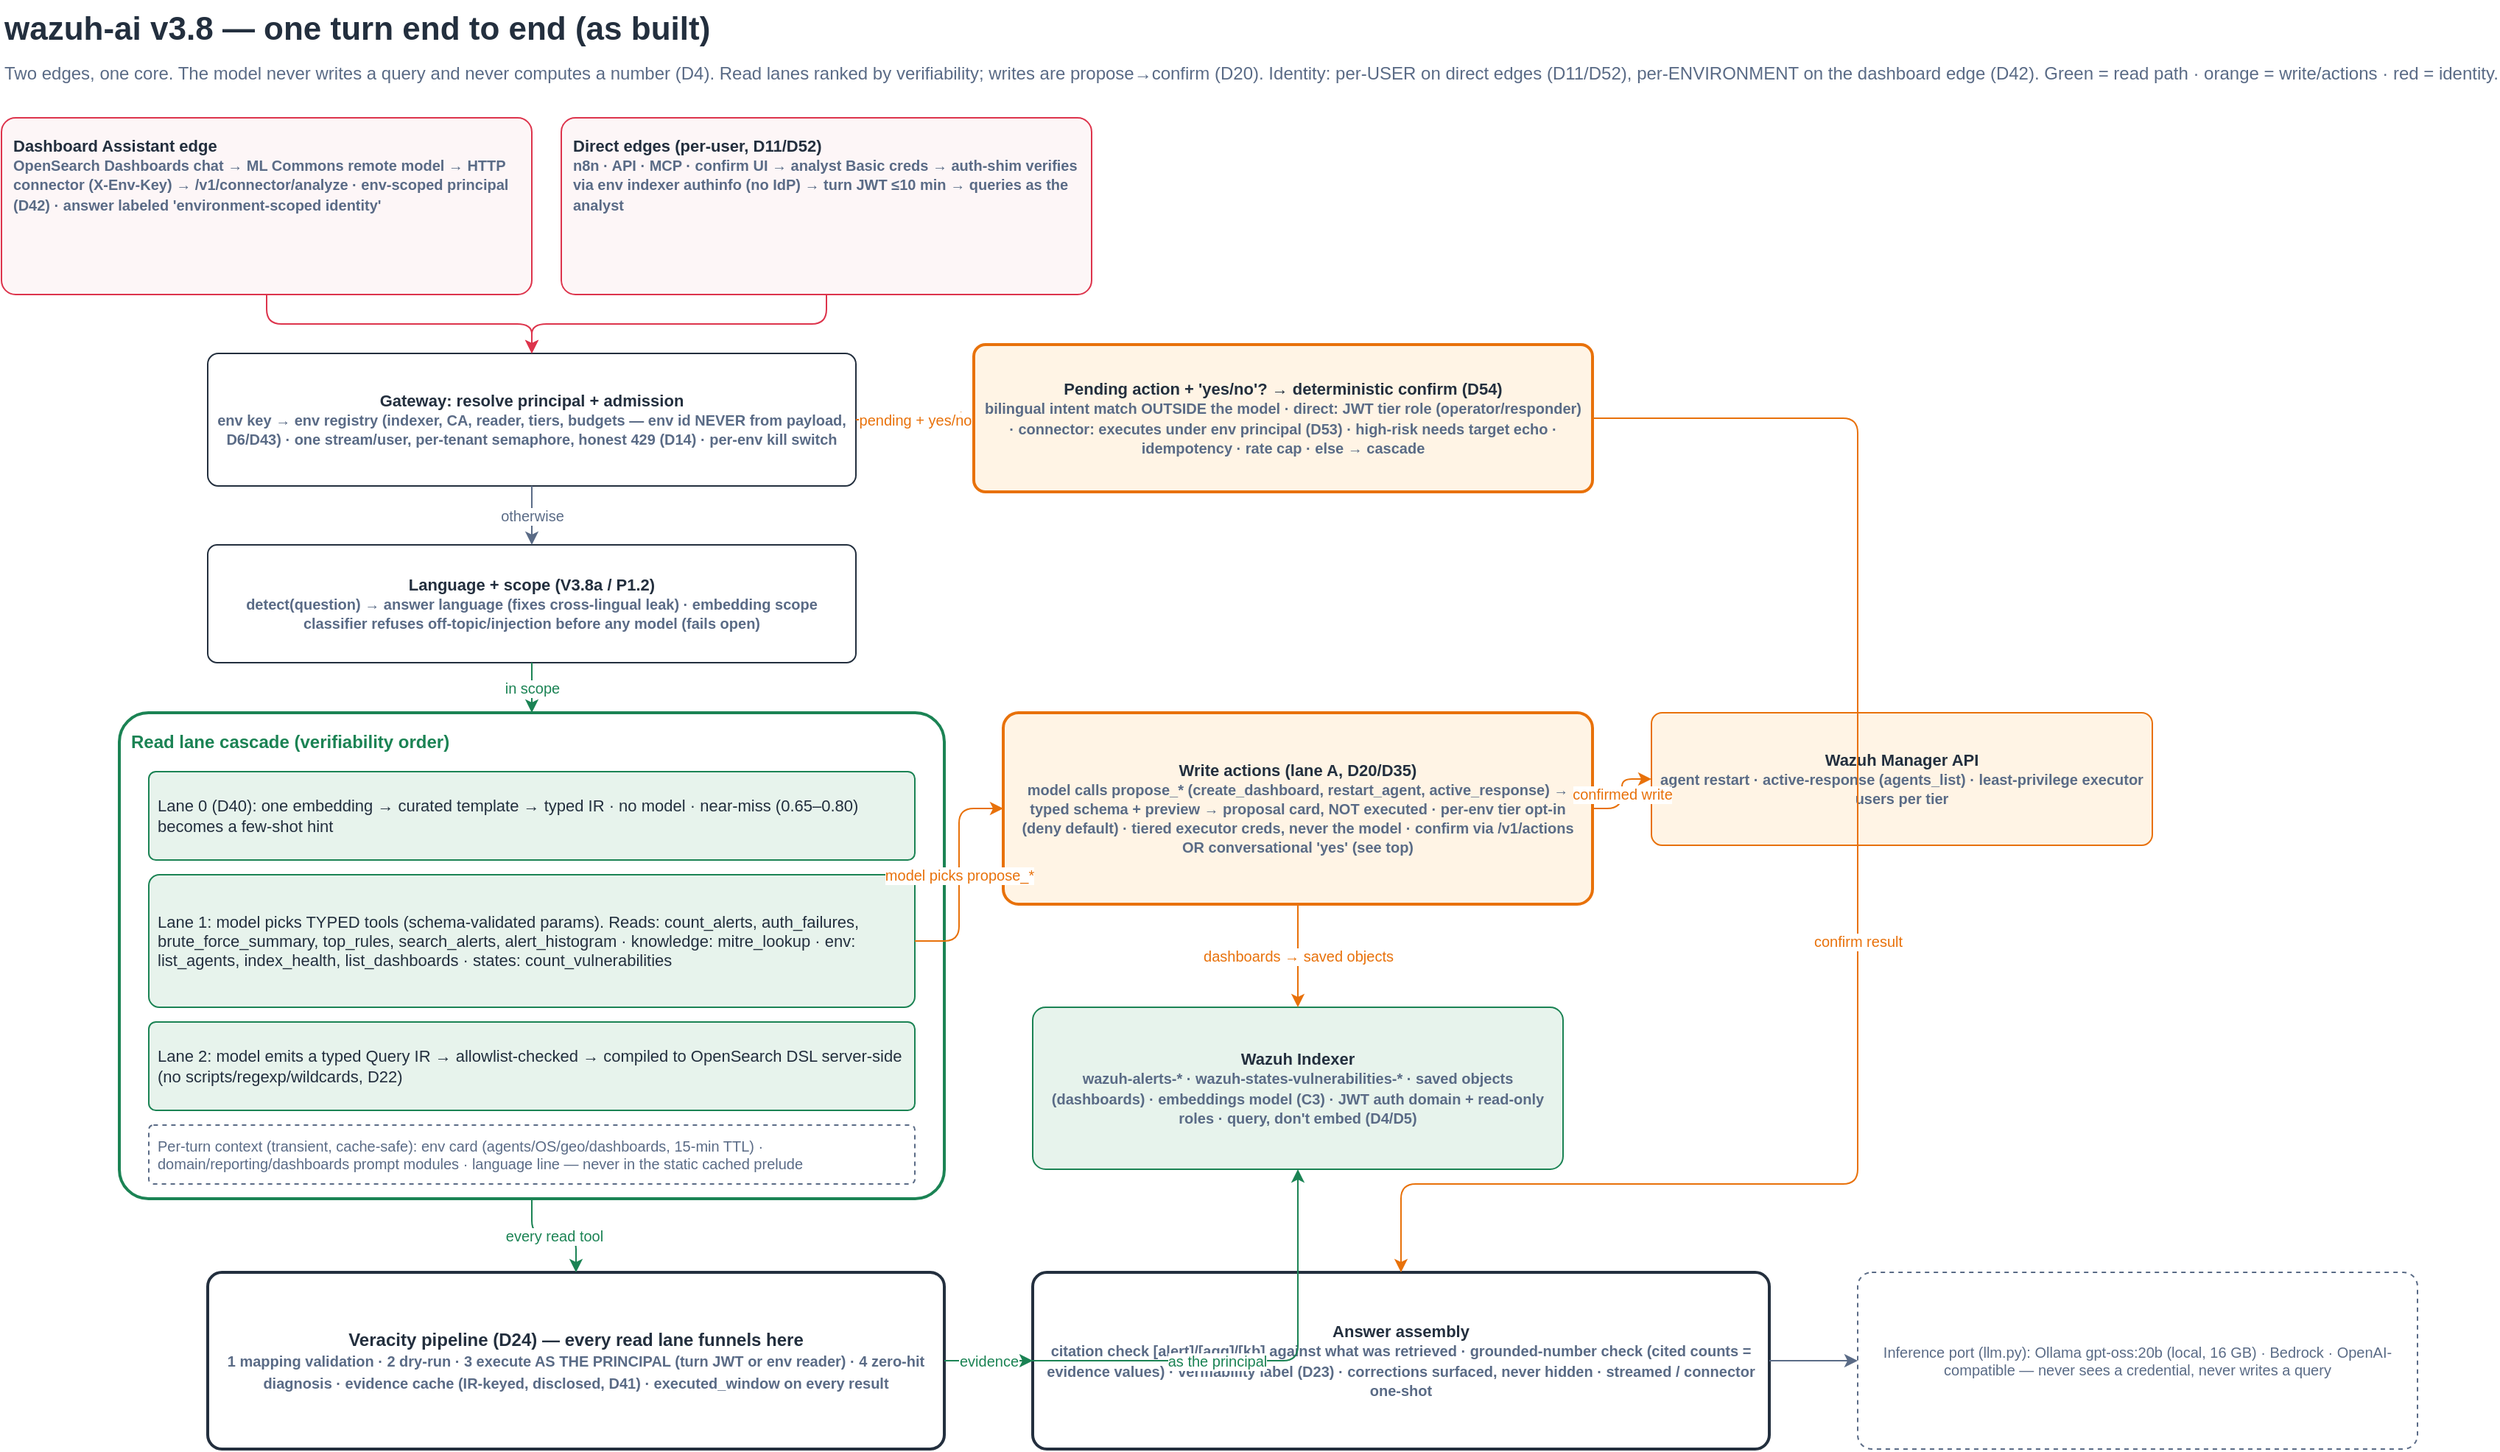
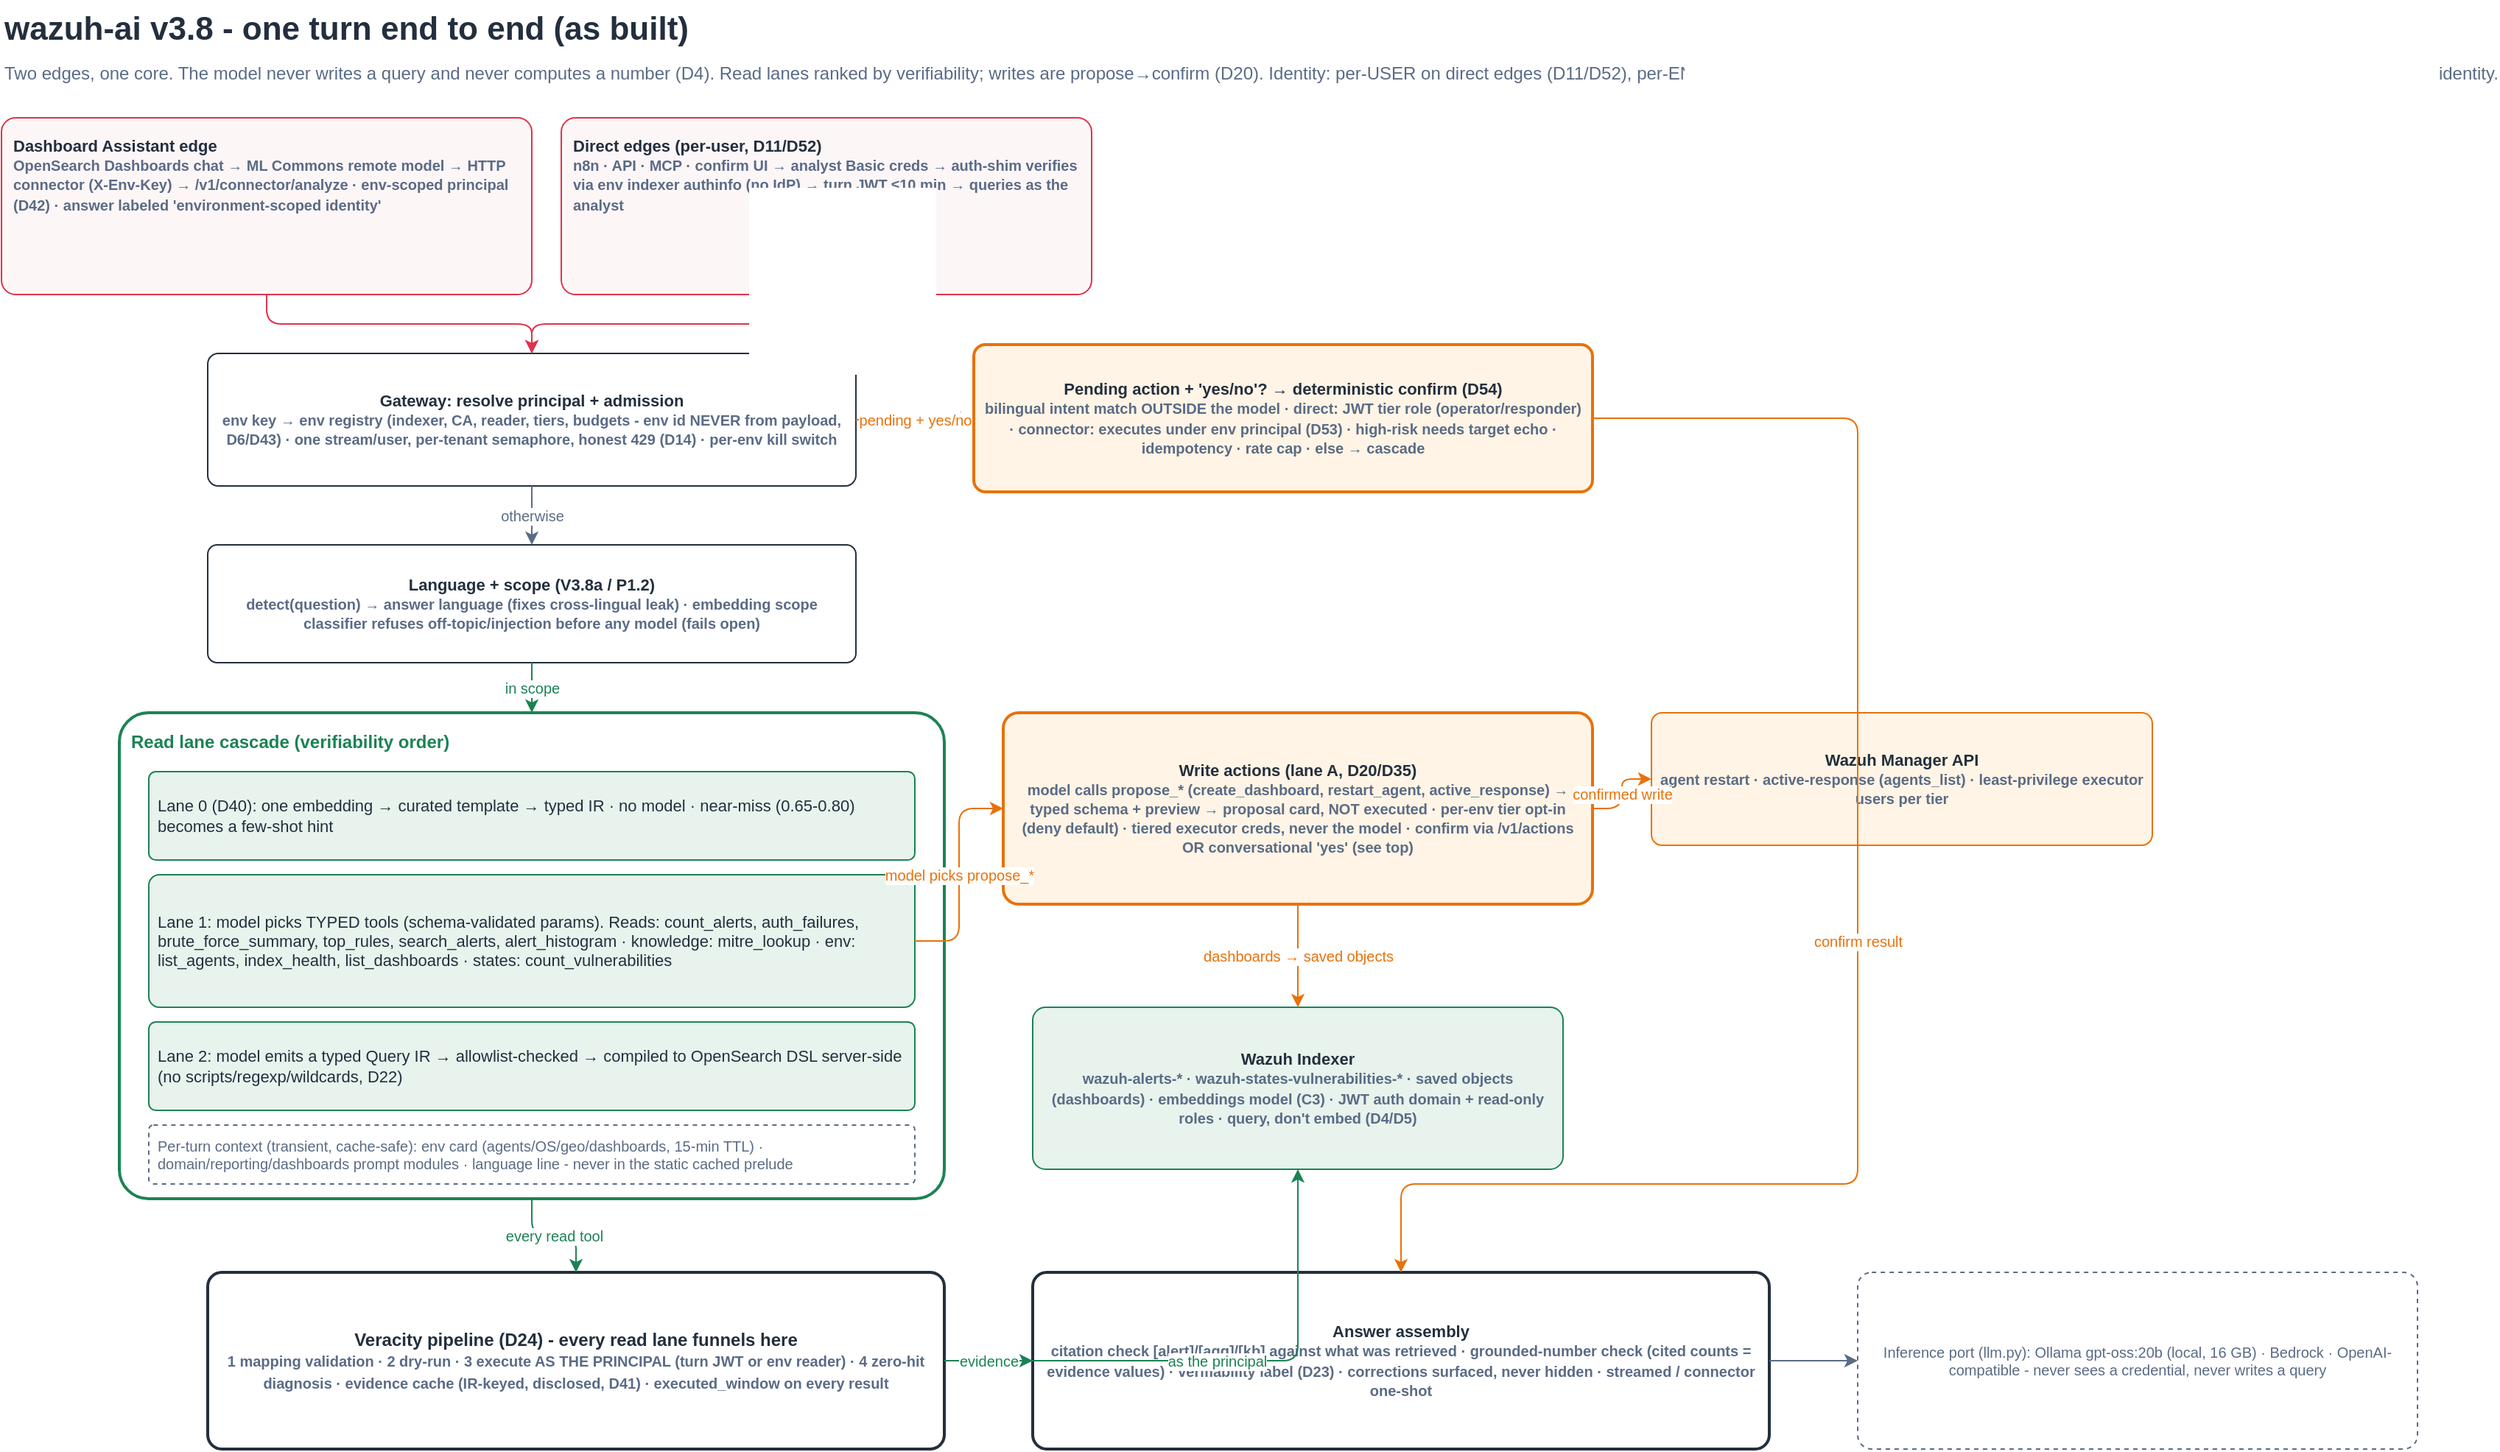
<mxfile host="app.diagrams.net" type="device" version="24.7.17">
  <diagram id="wf" name="v3.8 turn workflow (as built)">
    <mxGraphModel dx="1400" dy="820" grid="0" gridSize="10" guides="1" tooltips="1" connect="1" arrows="1" fold="1" page="1" pageScale="1" pageWidth="1720" pageHeight="1120" math="0" shadow="0">
      <root>
        <mxCell id="0"/>
        <mxCell id="1" parent="0"/>
-         <mxCell id="t" value="wazuh-ai v3.8 — one turn end to end (as built)" style="text;html=1;fontSize=22;fontStyle=1;fontColor=#232F3E;align=left;" vertex="1" parent="1"><mxGeometry x="40" y="16" width="1500" height="32" as="geometry"/></mxCell>
+         <mxCell id="t" value="wazuh-ai v3.8 - one turn end to end (as built)" style="text;html=1;fontSize=22;fontStyle=1;fontColor=#232F3E;align=left;" vertex="1" parent="1"><mxGeometry x="40" y="16" width="1500" height="32" as="geometry"/></mxCell>
        <mxCell id="s" value="Two edges, one core. The model never writes a query and never computes a number (D4). Read lanes ranked by verifiability; writes are propose→confirm (D20). Identity: per-USER on direct edges (D11/D52), per-ENVIRONMENT on the dashboard edge (D42). Green = read path · orange = write/actions · red = identity." style="text;html=1;fontSize=12;fontColor=#5A6B86;align=left;" vertex="1" parent="1"><mxGeometry x="40" y="52" width="1640" height="20" as="geometry"/></mxCell>

        <!-- entry edges -->
        <mxCell id="e_dash" value="Dashboard Assistant edge&lt;br&gt;&lt;font style=&quot;font-size:10px&quot; color=&quot;#5A6B86&quot;&gt;OpenSearch Dashboards chat → ML Commons remote model → HTTP connector (X-Env-Key) → /v1/connector/analyze · env-scoped principal (D42) · answer labeled &#39;environment-scoped identity&#39;&lt;/font&gt;" style="rounded=1;whiteSpace=wrap;html=1;fillColor=#FDF6F7;strokeColor=#DD344C;fontColor=#232F3E;fontSize=11;fontStyle=1;align=left;verticalAlign=top;spacing=8;arcSize=8;" vertex="1" parent="1"><mxGeometry x="40" y="96" width="360" height="120" as="geometry"/></mxCell>
        <mxCell id="e_direct" value="Direct edges (per-user, D11/D52)&lt;br&gt;&lt;font style=&quot;font-size:10px&quot; color=&quot;#5A6B86&quot;&gt;n8n · API · MCP · confirm UI → analyst Basic creds → auth-shim verifies via env indexer authinfo (no IdP) → turn JWT ≤10 min → queries as the analyst&lt;/font&gt;" style="rounded=1;whiteSpace=wrap;html=1;fillColor=#FDF6F7;strokeColor=#DD344C;fontColor=#232F3E;fontSize=11;fontStyle=1;align=left;verticalAlign=top;spacing=8;arcSize=8;" vertex="1" parent="1"><mxGeometry x="420" y="96" width="360" height="120" as="geometry"/></mxCell>

        <!-- admission + env resolve -->
-         <mxCell id="adm" value="Gateway: resolve principal + admission&lt;br&gt;&lt;font style=&quot;font-size:10px&quot; color=&quot;#5A6B86&quot;&gt;env key → env registry (indexer, CA, reader, tiers, budgets — env id NEVER from payload, D6/D43) · one stream/user, per-tenant semaphore, honest 429 (D14) · per-env kill switch&lt;/font&gt;" style="rounded=1;whiteSpace=wrap;html=1;fillColor=#FFFFFF;strokeColor=#232F3E;fontColor=#232F3E;fontSize=11;fontStyle=1;align=center;verticalAlign=middle;spacing=6;arcSize=8;" vertex="1" parent="1"><mxGeometry x="180" y="256" width="440" height="90" as="geometry"/></mxCell>
+         <mxCell id="adm" value="Gateway: resolve principal + admission&lt;br&gt;&lt;font style=&quot;font-size:10px&quot; color=&quot;#5A6B86&quot;&gt;env key → env registry (indexer, CA, reader, tiers, budgets - env id NEVER from payload, D6/D43) · one stream/user, per-tenant semaphore, honest 429 (D14) · per-env kill switch&lt;/font&gt;" style="rounded=1;whiteSpace=wrap;html=1;fillColor=#FFFFFF;strokeColor=#232F3E;fontColor=#232F3E;fontSize=11;fontStyle=1;align=center;verticalAlign=middle;spacing=6;arcSize=8;" vertex="1" parent="1"><mxGeometry x="180" y="256" width="440" height="90" as="geometry"/></mxCell>

        <!-- confirm short-circuit -->
        <mxCell id="conf" value="Pending action + &#39;yes/no&#39;? → deterministic confirm (D54)&lt;br&gt;&lt;font style=&quot;font-size:10px&quot; color=&quot;#5A6B86&quot;&gt;bilingual intent match OUTSIDE the model · direct: JWT tier role (operator/responder) · connector: executes under env principal (D53) · high-risk needs target echo · idempotency · rate cap · else → cascade&lt;/font&gt;" style="rounded=1;whiteSpace=wrap;html=1;fillColor=#FFF4E5;strokeColor=#E8710A;strokeWidth=2;fontColor=#232F3E;fontSize=11;fontStyle=1;align=center;verticalAlign=middle;spacing=6;arcSize=8;" vertex="1" parent="1"><mxGeometry x="700" y="250" width="420" height="100" as="geometry"/></mxCell>

        <!-- language + scope -->
        <mxCell id="lang" value="Language + scope (V3.8a / P1.2)&lt;br&gt;&lt;font style=&quot;font-size:10px&quot; color=&quot;#5A6B86&quot;&gt;detect(question) → answer language (fixes cross-lingual leak) · embedding scope classifier refuses off-topic/injection before any model (fails open)&lt;/font&gt;" style="rounded=1;whiteSpace=wrap;html=1;fillColor=#FFFFFF;strokeColor=#232F3E;fontColor=#232F3E;fontSize=11;fontStyle=1;align=center;verticalAlign=middle;spacing=6;arcSize=8;" vertex="1" parent="1"><mxGeometry x="180" y="386" width="440" height="80" as="geometry"/></mxCell>

        <!-- lane cascade -->
        <mxCell id="cascade" value="Read lane cascade (verifiability order)" style="rounded=1;whiteSpace=wrap;html=1;fillColor=none;strokeColor=#1B8354;strokeWidth=2;fontColor=#1B8354;fontSize=12;fontStyle=1;align=left;verticalAlign=top;spacing=8;arcSize=6;" vertex="1" parent="1"><mxGeometry x="120" y="500" width="560" height="330" as="geometry"/></mxCell>
-         <mxCell id="l0" value="Lane 0 (D40): one embedding → curated template → typed IR · no model · near-miss (0.65–0.80) becomes a few-shot hint" style="rounded=1;whiteSpace=wrap;html=1;fillColor=#E7F3EC;strokeColor=#1B8354;fontColor=#232F3E;fontSize=11;align=left;verticalAlign=middle;spacing=6;arcSize=8;" vertex="1" parent="cascade"><mxGeometry x="20" y="40" width="520" height="60" as="geometry"/></mxCell>
+         <mxCell id="l0" value="Lane 0 (D40): one embedding → curated template → typed IR · no model · near-miss (0.65-0.80) becomes a few-shot hint" style="rounded=1;whiteSpace=wrap;html=1;fillColor=#E7F3EC;strokeColor=#1B8354;fontColor=#232F3E;fontSize=11;align=left;verticalAlign=middle;spacing=6;arcSize=8;" vertex="1" parent="cascade"><mxGeometry x="20" y="40" width="520" height="60" as="geometry"/></mxCell>
        <mxCell id="l1" value="Lane 1: model picks TYPED tools (schema-validated params). Reads: count_alerts, auth_failures, brute_force_summary, top_rules, search_alerts, alert_histogram · knowledge: mitre_lookup · env: list_agents, index_health, list_dashboards · states: count_vulnerabilities" style="rounded=1;whiteSpace=wrap;html=1;fillColor=#E7F3EC;strokeColor=#1B8354;fontColor=#232F3E;fontSize=11;align=left;verticalAlign=middle;spacing=6;arcSize=8;" vertex="1" parent="cascade"><mxGeometry x="20" y="110" width="520" height="90" as="geometry"/></mxCell>
        <mxCell id="l2" value="Lane 2: model emits a typed Query IR → allowlist-checked → compiled to OpenSearch DSL server-side (no scripts/regexp/wildcards, D22)" style="rounded=1;whiteSpace=wrap;html=1;fillColor=#E7F3EC;strokeColor=#1B8354;fontColor=#232F3E;fontSize=11;align=left;verticalAlign=middle;spacing=6;arcSize=8;" vertex="1" parent="cascade"><mxGeometry x="20" y="210" width="520" height="60" as="geometry"/></mxCell>
-         <mxCell id="ctx" value="Per-turn context (transient, cache-safe): env card (agents/OS/geo/dashboards, 15-min TTL) · domain/reporting/dashboards prompt modules · language line — never in the static cached prelude" style="rounded=1;whiteSpace=wrap;html=1;fillColor=#FFFFFF;strokeColor=#5A6B86;dashed=1;fontColor=#5A6B86;fontSize=10;align=left;verticalAlign=middle;spacing=6;arcSize=8;" vertex="1" parent="cascade"><mxGeometry x="20" y="280" width="520" height="40" as="geometry"/></mxCell>
+         <mxCell id="ctx" value="Per-turn context (transient, cache-safe): env card (agents/OS/geo/dashboards, 15-min TTL) · domain/reporting/dashboards prompt modules · language line - never in the static cached prelude" style="rounded=1;whiteSpace=wrap;html=1;fillColor=#FFFFFF;strokeColor=#5A6B86;dashed=1;fontColor=#5A6B86;fontSize=10;align=left;verticalAlign=middle;spacing=6;arcSize=8;" vertex="1" parent="cascade"><mxGeometry x="20" y="280" width="520" height="40" as="geometry"/></mxCell>

        <!-- actions propose -->
        <mxCell id="act" value="Write actions (lane A, D20/D35)&lt;br&gt;&lt;font style=&quot;font-size:10px&quot; color=&quot;#5A6B86&quot;&gt;model calls propose_* (create_dashboard, restart_agent, active_response) → typed schema + preview → proposal card, NOT executed · per-env tier opt-in (deny default) · tiered executor creds, never the model · confirm via /v1/actions OR conversational &#39;yes&#39; (see top)&lt;/font&gt;" style="rounded=1;whiteSpace=wrap;html=1;fillColor=#FFF4E5;strokeColor=#E8710A;strokeWidth=2;fontColor=#232F3E;fontSize=11;fontStyle=1;align=center;verticalAlign=middle;spacing=6;arcSize=8;" vertex="1" parent="1"><mxGeometry x="720" y="500" width="400" height="130" as="geometry"/></mxCell>

        <!-- veracity -->
-         <mxCell id="ver" value="Veracity pipeline (D24) — every read lane funnels here&lt;br&gt;&lt;font style=&quot;font-size:10px&quot; color=&quot;#5A6B86&quot;&gt;1 mapping validation · 2 dry-run · 3 execute AS THE PRINCIPAL (turn JWT or env reader) · 4 zero-hit diagnosis · evidence cache (IR-keyed, disclosed, D41) · executed_window on every result&lt;/font&gt;" style="rounded=1;whiteSpace=wrap;html=1;fillColor=#FFFFFF;strokeColor=#232F3E;strokeWidth=2;fontColor=#232F3E;fontSize=12;fontStyle=1;align=center;verticalAlign=middle;spacing=6;arcSize=8;" vertex="1" parent="1"><mxGeometry x="180" y="880" width="500" height="120" as="geometry"/></mxCell>
+         <mxCell id="ver" value="Veracity pipeline (D24) - every read lane funnels here&lt;br&gt;&lt;font style=&quot;font-size:10px&quot; color=&quot;#5A6B86&quot;&gt;1 mapping validation · 2 dry-run · 3 execute AS THE PRINCIPAL (turn JWT or env reader) · 4 zero-hit diagnosis · evidence cache (IR-keyed, disclosed, D41) · executed_window on every result&lt;/font&gt;" style="rounded=1;whiteSpace=wrap;html=1;fillColor=#FFFFFF;strokeColor=#232F3E;strokeWidth=2;fontColor=#232F3E;fontSize=12;fontStyle=1;align=center;verticalAlign=middle;spacing=6;arcSize=8;" vertex="1" parent="1"><mxGeometry x="180" y="880" width="500" height="120" as="geometry"/></mxCell>

        <!-- indexer / manager -->
        <mxCell id="idx" value="Wazuh Indexer&lt;br&gt;&lt;font style=&quot;font-size:10px&quot; color=&quot;#5A6B86&quot;&gt;wazuh-alerts-* · wazuh-states-vulnerabilities-* · saved objects (dashboards) · embeddings model (C3) · JWT auth domain + read-only roles · query, don&#39;t embed (D4/D5)&lt;/font&gt;" style="rounded=1;whiteSpace=wrap;html=1;fillColor=#E7F3EC;strokeColor=#1B8354;fontColor=#232F3E;fontSize=11;fontStyle=1;align=center;verticalAlign=middle;spacing=6;arcSize=8;" vertex="1" parent="1"><mxGeometry x="740" y="700" width="360" height="110" as="geometry"/></mxCell>
        <mxCell id="mgr" value="Wazuh Manager API&lt;br&gt;&lt;font style=&quot;font-size:10px&quot; color=&quot;#5A6B86&quot;&gt;agent restart · active-response (agents_list) · least-privilege executor users per tier&lt;/font&gt;" style="rounded=1;whiteSpace=wrap;html=1;fillColor=#FFF4E5;strokeColor=#E8710A;fontColor=#232F3E;fontSize=11;fontStyle=1;align=center;verticalAlign=middle;spacing=6;arcSize=8;" vertex="1" parent="1"><mxGeometry x="1160" y="500" width="340" height="90" as="geometry"/></mxCell>

        <!-- synthesis / answer -->
        <mxCell id="ans" value="Answer assembly&lt;br&gt;&lt;font style=&quot;font-size:10px&quot; color=&quot;#5A6B86&quot;&gt;citation check [alert]/[agg]/[kb] against what was retrieved · grounded-number check (cited counts = evidence values) · verifiability label (D23) · corrections surfaced, never hidden · streamed / connector one-shot&lt;/font&gt;" style="rounded=1;whiteSpace=wrap;html=1;fillColor=#FFFFFF;strokeColor=#232F3E;strokeWidth=2;fontColor=#232F3E;fontSize=11;fontStyle=1;align=center;verticalAlign=middle;spacing=6;arcSize=8;" vertex="1" parent="1"><mxGeometry x="740" y="880" width="500" height="120" as="geometry"/></mxCell>
-         <mxCell id="prov" value="Inference port (llm.py): Ollama gpt-oss:20b (local, 16 GB) · Bedrock · OpenAI-compatible — never sees a credential, never writes a query" style="rounded=1;whiteSpace=wrap;html=1;fillColor=#FFFFFF;strokeColor=#5A6B86;dashed=1;fontColor=#5A6B86;fontSize=10;align=center;verticalAlign=middle;spacing=6;arcSize=8;" vertex="1" parent="1"><mxGeometry x="1300" y="880" width="380" height="120" as="geometry"/></mxCell>
+         <mxCell id="prov" value="Inference port (llm.py): Ollama gpt-oss:20b (local, 16 GB) · Bedrock · OpenAI-compatible - never sees a credential, never writes a query" style="rounded=1;whiteSpace=wrap;html=1;fillColor=#FFFFFF;strokeColor=#5A6B86;dashed=1;fontColor=#5A6B86;fontSize=10;align=center;verticalAlign=middle;spacing=6;arcSize=8;" vertex="1" parent="1"><mxGeometry x="1300" y="880" width="380" height="120" as="geometry"/></mxCell>

        <!-- edges -->
        <mxCell id="ed1" style="edgeStyle=orthogonalEdgeStyle;rounded=1;html=1;strokeColor=#DD344C;fontColor=#DD344C;fontSize=10;" edge="1" parent="1" source="e_dash" target="adm"><mxGeometry relative="1" as="geometry"/></mxCell>
        <mxCell id="ed2" style="edgeStyle=orthogonalEdgeStyle;rounded=1;html=1;strokeColor=#DD344C;fontColor=#DD344C;fontSize=10;" edge="1" parent="1" source="e_direct" target="adm"><mxGeometry relative="1" as="geometry"/></mxCell>
        <mxCell id="ed3" value="pending + yes/no" style="edgeStyle=orthogonalEdgeStyle;rounded=1;html=1;strokeColor=#E8710A;fontColor=#E8710A;fontSize=10;" edge="1" parent="1" source="adm" target="conf"><mxGeometry relative="1" as="geometry"/></mxCell>
        <mxCell id="ed4" value="otherwise" style="edgeStyle=orthogonalEdgeStyle;rounded=1;html=1;strokeColor=#5A6B86;fontColor=#5A6B86;fontSize=10;" edge="1" parent="1" source="adm" target="lang"><mxGeometry relative="1" as="geometry"/></mxCell>
        <mxCell id="ed5" value="in scope" style="edgeStyle=orthogonalEdgeStyle;rounded=1;html=1;strokeColor=#1B8354;fontColor=#1B8354;fontSize=10;" edge="1" parent="1" source="lang" target="cascade"><mxGeometry relative="1" as="geometry"/></mxCell>
        <mxCell id="ed6" value="model picks propose_*" style="edgeStyle=orthogonalEdgeStyle;rounded=1;html=1;strokeColor=#E8710A;fontColor=#E8710A;fontSize=10;" edge="1" parent="1" source="l1" target="act"><mxGeometry relative="1" as="geometry"/></mxCell>
        <mxCell id="ed7" value="every read tool" style="edgeStyle=orthogonalEdgeStyle;rounded=1;html=1;strokeColor=#1B8354;fontColor=#1B8354;fontSize=10;" edge="1" parent="1" source="cascade" target="ver"><mxGeometry relative="1" as="geometry"/></mxCell>
        <mxCell id="ed8" value="as the principal" style="edgeStyle=orthogonalEdgeStyle;rounded=1;html=1;strokeColor=#1B8354;fontColor=#1B8354;fontSize=10;" edge="1" parent="1" source="ver" target="idx"><mxGeometry relative="1" as="geometry"/></mxCell>
        <mxCell id="ed9" value="confirmed write" style="edgeStyle=orthogonalEdgeStyle;rounded=1;html=1;strokeColor=#E8710A;fontColor=#E8710A;fontSize=10;" edge="1" parent="1" source="act" target="mgr"><mxGeometry relative="1" as="geometry"/></mxCell>
        <mxCell id="ed9b" value="dashboards → saved objects" style="edgeStyle=orthogonalEdgeStyle;rounded=1;html=1;strokeColor=#E8710A;fontColor=#E8710A;fontSize=10;" edge="1" parent="1" source="act" target="idx"><mxGeometry relative="1" as="geometry"/></mxCell>
        <mxCell id="ed10" value="evidence" style="edgeStyle=orthogonalEdgeStyle;rounded=1;html=1;strokeColor=#1B8354;fontColor=#1B8354;fontSize=10;" edge="1" parent="1" source="ver" target="ans"><mxGeometry relative="1" as="geometry"/></mxCell>
        <mxCell id="ed11" value="confirm result" style="edgeStyle=orthogonalEdgeStyle;rounded=1;html=1;strokeColor=#E8710A;fontColor=#E8710A;fontSize=10;" edge="1" parent="1" source="conf" target="ans"><mxGeometry relative="1" as="geometry"><Array as="points"><mxPoint x="1300" y="300"/><mxPoint x="1300" y="820"/></Array></mxGeometry></mxCell>
        <mxCell id="ed12" style="edgeStyle=orthogonalEdgeStyle;rounded=1;html=1;strokeColor=#5A6B86;fontColor=#5A6B86;fontSize=10;" edge="1" parent="1" source="ans" target="prov"><mxGeometry relative="1" as="geometry"/></mxCell>
      </root>
    </mxGraphModel>
  </diagram>
</mxfile>
